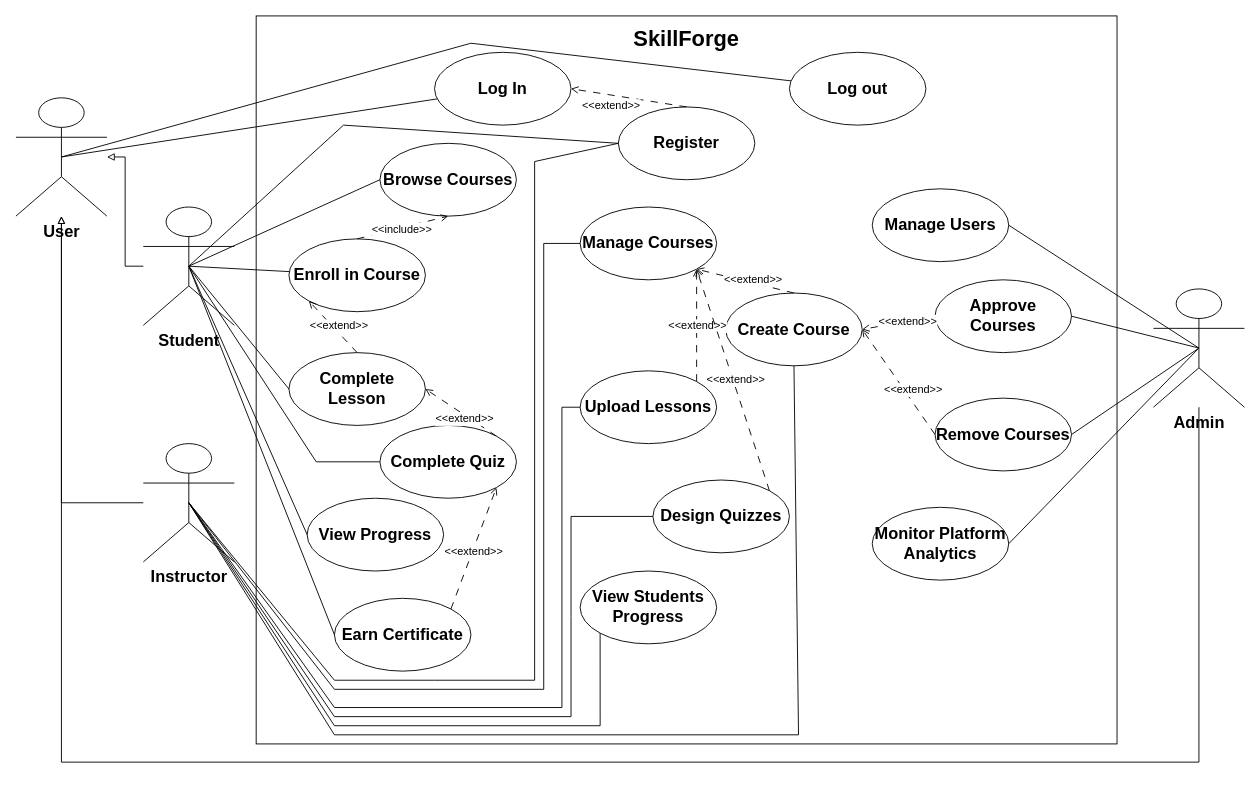
Smook-e/Prog2_lab6 keeps this draw.io diagram as Diagrams/UseCaseDiagram.drawio. Above is the earlier version. Source tidied: cells renumbered, new cells numbered last; positions are measured from the earlier drawing's top-left corner, leaving out a move shared by most shapes. Both pictures are drawn from the tidied source at 91%, with x=0, y=0 at pixel (15, 15).
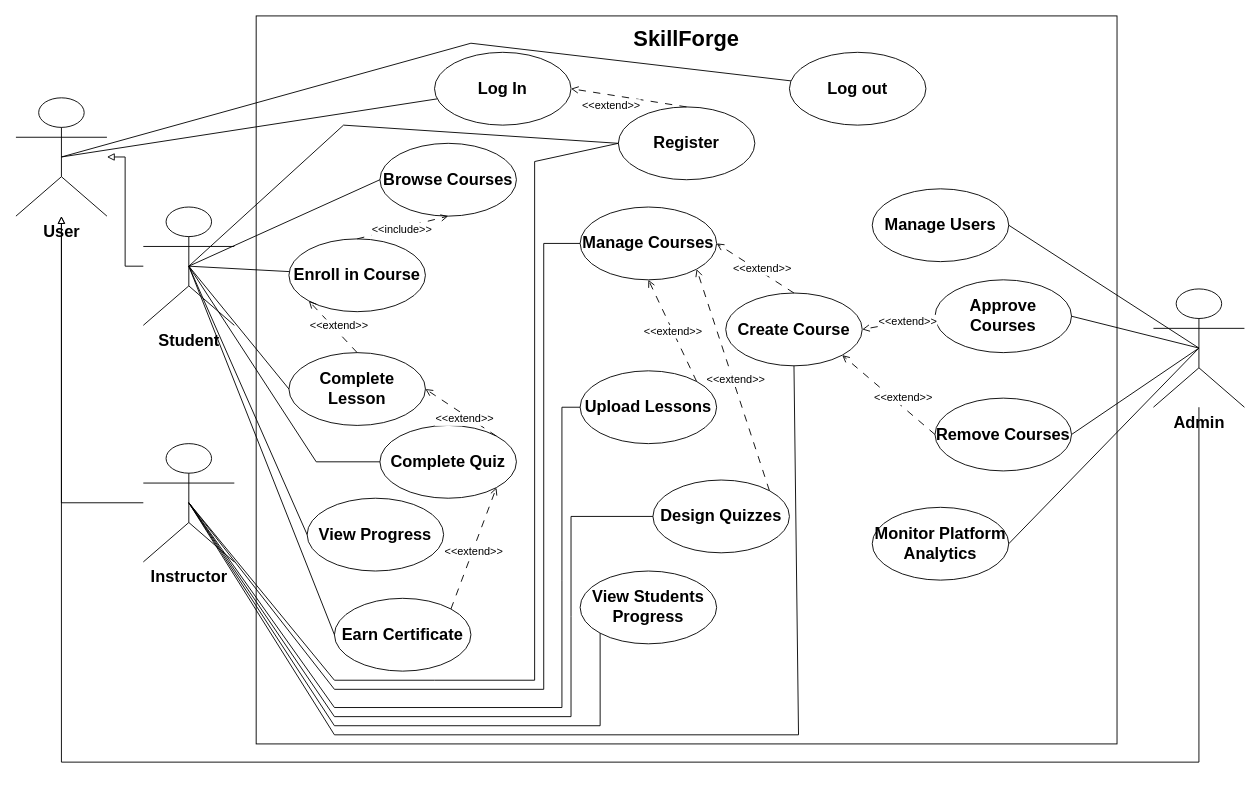
After the change.

Commit message:
commit to admin relationship

The change refers to these unchanged cells:
```xml
<mxCell id="19" value="&lt;span style=&quot;font-size: 18px;&quot;&gt;&lt;b&gt;Create Course&lt;/b&gt;&lt;/span&gt;" style="ellipse;whiteSpace=wrap;html=1;" parent="1" vertex="1">
  <mxGeometry x="780" y="304.5" width="150" height="80" as="geometry" />
</mxCell>
<mxCell id="20" value="&lt;span style=&quot;font-size: 18px;&quot;&gt;&lt;b&gt;Manage Courses&lt;/b&gt;&lt;/span&gt;" style="ellipse;whiteSpace=wrap;html=1;" parent="1" vertex="1">
  <mxGeometry x="620" y="210" width="150" height="80" as="geometry" />
</mxCell>
<mxCell id="21" value="&lt;span style=&quot;font-size: 18px;&quot;&gt;&lt;b&gt;Upload Lessons&lt;/b&gt;&lt;/span&gt;" style="ellipse;whiteSpace=wrap;html=1;" parent="1" vertex="1">
  <mxGeometry x="620" y="390" width="150" height="80" as="geometry" />
</mxCell>
<mxCell id="29" value="&lt;span style=&quot;font-size: 18px;&quot;&gt;&lt;b&gt;Remove Courses&lt;/b&gt;&lt;/span&gt;" style="ellipse;whiteSpace=wrap;html=1;" parent="1" vertex="1">
  <mxGeometry x="1010" y="420" width="150" height="80" as="geometry" />
</mxCell>
```

Change to the diagram source:
```diff
@@
-    <mxCell id="58" style="endArrow=open;html=1;rounded=0;exitX=0.5;exitY=0;exitDx=0;exitDy=0;entryX=1;entryY=1;entryDx=0;entryDy=0;dashed=1;dashPattern=8 8;endFill=0;fontSize=12;" parent="1" edge="1" source="19" target="20">
+    <mxCell id="58" style="endArrow=open;html=1;rounded=0;exitX=0.5;exitY=0;exitDx=0;exitDy=0;entryX=1;entryY=0.5;entryDx=0;entryDy=0;dashed=1;dashPattern=8 8;endFill=0;fontSize=12;" parent="1" edge="1" source="19" target="20">
       <mxGeometry relative="1" as="geometry" />
     </mxCell>
@@
-    <mxCell id="60" style="endArrow=open;html=1;rounded=0;exitX=1;exitY=0;exitDx=0;exitDy=0;entryX=1;entryY=1;entryDx=0;entryDy=0;dashed=1;dashPattern=8 8;fontSize=12;endFill=0;" parent="1" edge="1" source="21" target="20">
+    <mxCell id="60" style="endArrow=open;html=1;rounded=0;exitX=1;exitY=0;exitDx=0;exitDy=0;entryX=0.5;entryY=1;entryDx=0;entryDy=0;dashed=1;dashPattern=8 8;fontSize=12;endFill=0;" parent="1" edge="1" source="21" target="20">
       <mxGeometry relative="1" as="geometry" />
     </mxCell>
@@
-    <mxCell id="66" style="endArrow=open;html=1;rounded=0;entryX=1;entryY=0.5;entryDx=0;entryDy=0;exitX=0;exitY=0.5;exitDx=0;exitDy=0;dashed=1;dashPattern=8 8;endFill=0;" parent="1" edge="1" source="29" target="19">
+    <mxCell id="66" style="endArrow=open;html=1;rounded=0;entryX=1;entryY=1;entryDx=0;entryDy=0;exitX=0;exitY=0.5;exitDx=0;exitDy=0;dashed=1;dashPattern=8 8;endFill=0;" parent="1" edge="1" source="29" target="19">
       <mxGeometry relative="1" as="geometry" />
     </mxCell>
```
